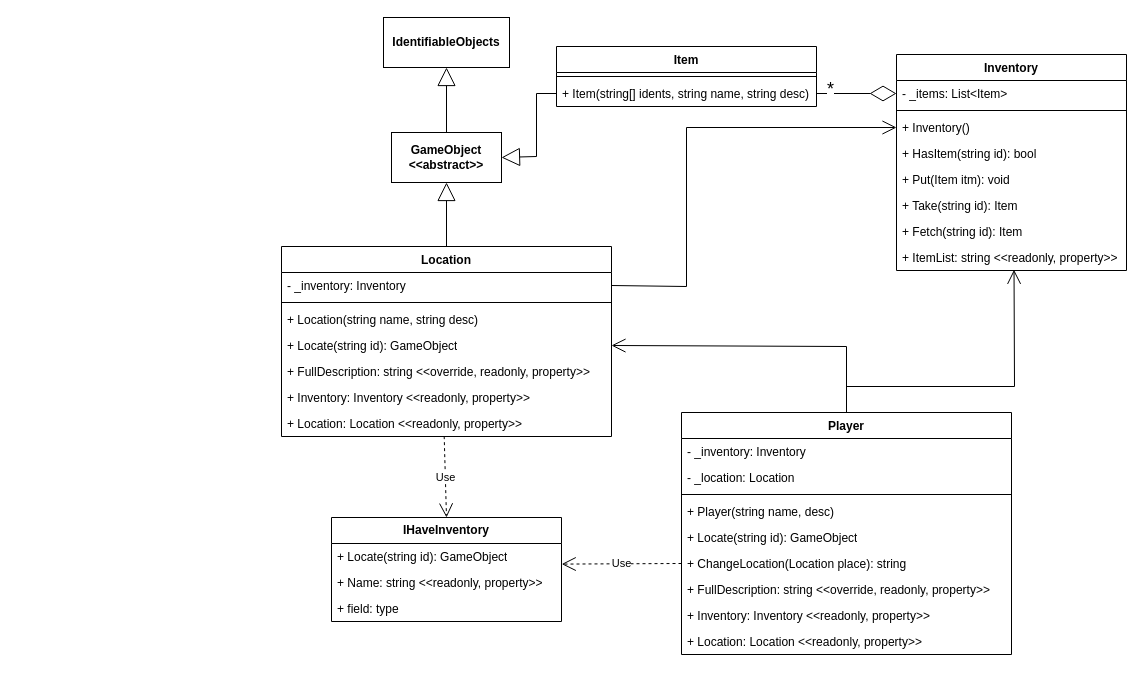
marsh826/SwinburneCOS20007 keeps this draw.io diagram as page "Class diagram" (1 of 2) of Assignment 7.2C/Iteration 6 UML.drawio. Above is the earlier version. Source tidied: cells renumbered, new cells numbered last; positions are measured from the earlier drawing's top-left corner, leaving out a move shared by most shapes. Both pictures are drawn from the tidied source at 100%, with x=0, y=0 at pixel (281, 17).
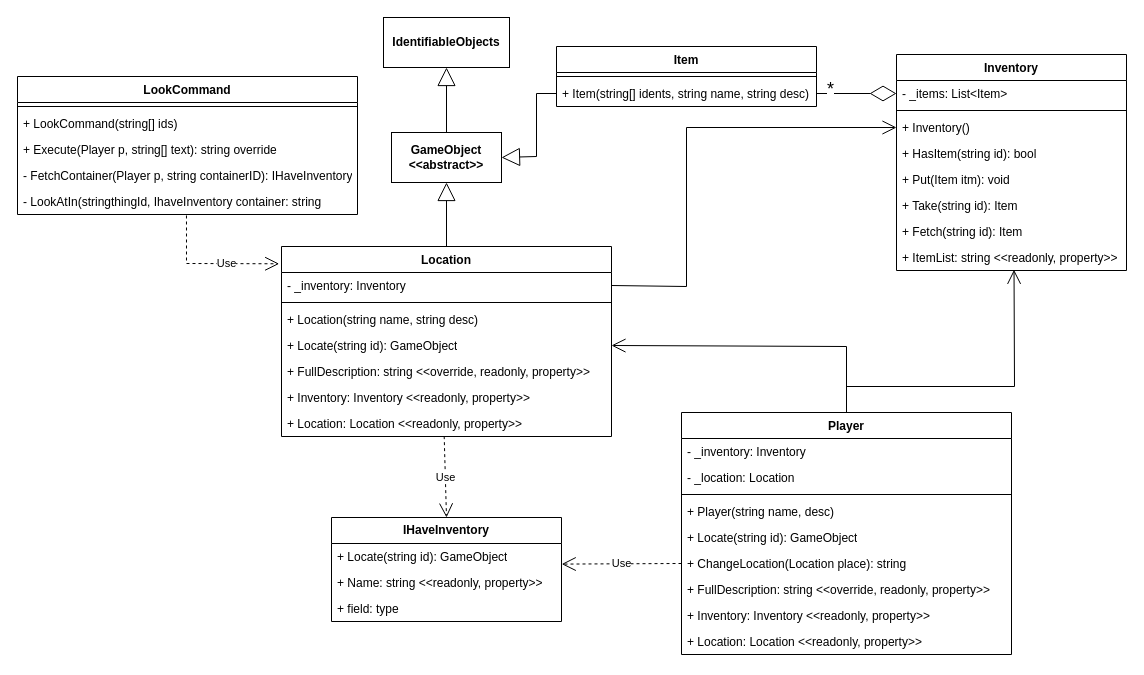
Above is the later version.

Unchanged cells that the change refers to:
```xml
<mxCell id="2" value="Location" style="swimlane;fontStyle=1;align=center;verticalAlign=top;horizontal=1;startSize=26;whiteSpace=wrap;html=1;" parent="1" vertex="1">
  <mxGeometry y="229" width="330" height="190" as="geometry" />
</mxCell>
```

Diff of the diagram source:
```diff
@@
+    <mxCell id="48" value="LookCommand" style="swimlane;fontStyle=1;align=center;verticalAlign=top;horizontal=1;startSize=26;whiteSpace=wrap;html=1;" parent="1" vertex="1">
+      <mxGeometry x="-264" y="59" width="340" height="138" as="geometry" />
+    </mxCell>
+    <mxCell id="49" style="line;strokeWidth=1;fillColor=none;align=left;verticalAlign=middle;spacingTop=-1;spacingLeft=3;spacingRight=3;labelPosition=right;strokeColor=inherit;" parent="48" vertex="1">
+      <mxGeometry y="26" width="340" height="8" as="geometry" />
+    </mxCell>
+    <mxCell id="50" value="+ LookCommand(string[] ids)" style="text;strokeColor=none;fillColor=none;align=left;verticalAlign=top;spacingLeft=4;spacingRight=4;overflow=hidden;whiteSpace=wrap;html=1;" parent="48" vertex="1">
+      <mxGeometry y="34" width="340" height="26" as="geometry" />
+    </mxCell>
+    <mxCell id="51" value="+ Execute(Player p, string[] text): string override" style="text;strokeColor=none;fillColor=none;align=left;verticalAlign=top;spacingLeft=4;spacingRight=4;overflow=hidden;whiteSpace=wrap;html=1;" parent="48" vertex="1">
+      <mxGeometry y="60" width="340" height="26" as="geometry" />
+    </mxCell>
+    <mxCell id="52" value="- FetchContainer(Player p, string containerID): IHaveInventory" style="text;strokeColor=none;fillColor=none;align=left;verticalAlign=top;spacingLeft=4;spacingRight=4;overflow=hidden;whiteSpace=wrap;html=1;" parent="48" vertex="1">
+      <mxGeometry y="86" width="340" height="26" as="geometry" />
+    </mxCell>
+    <mxCell id="53" value="- LookAtIn(stringthingId, IhaveInventory container: string" style="text;strokeColor=none;fillColor=none;align=left;verticalAlign=top;spacingLeft=4;spacingRight=4;overflow=hidden;points=[[0,0.5],[1,0.5]];portConstraint=eastwest;whiteSpace=wrap;html=1;" parent="48" vertex="1">
+      <mxGeometry y="112" width="340" height="26" as="geometry" />
+    </mxCell>
+    <mxCell id="54" value="Use" style="endArrow=open;endSize=12;dashed=1;html=1;rounded=0;entryX=-0.007;entryY=0.091;entryDx=0;entryDy=0;entryPerimeter=0;exitX=0.497;exitY=1.038;exitDx=0;exitDy=0;exitPerimeter=0;" parent="1" edge="1" source="53" target="2">
+      <mxGeometry x="0.25" relative="1" as="geometry">
+        <Array as="points">
+          <mxPoint x="-95" y="246" />
+        </Array>
+      </mxGeometry>
+    </mxCell>
```
